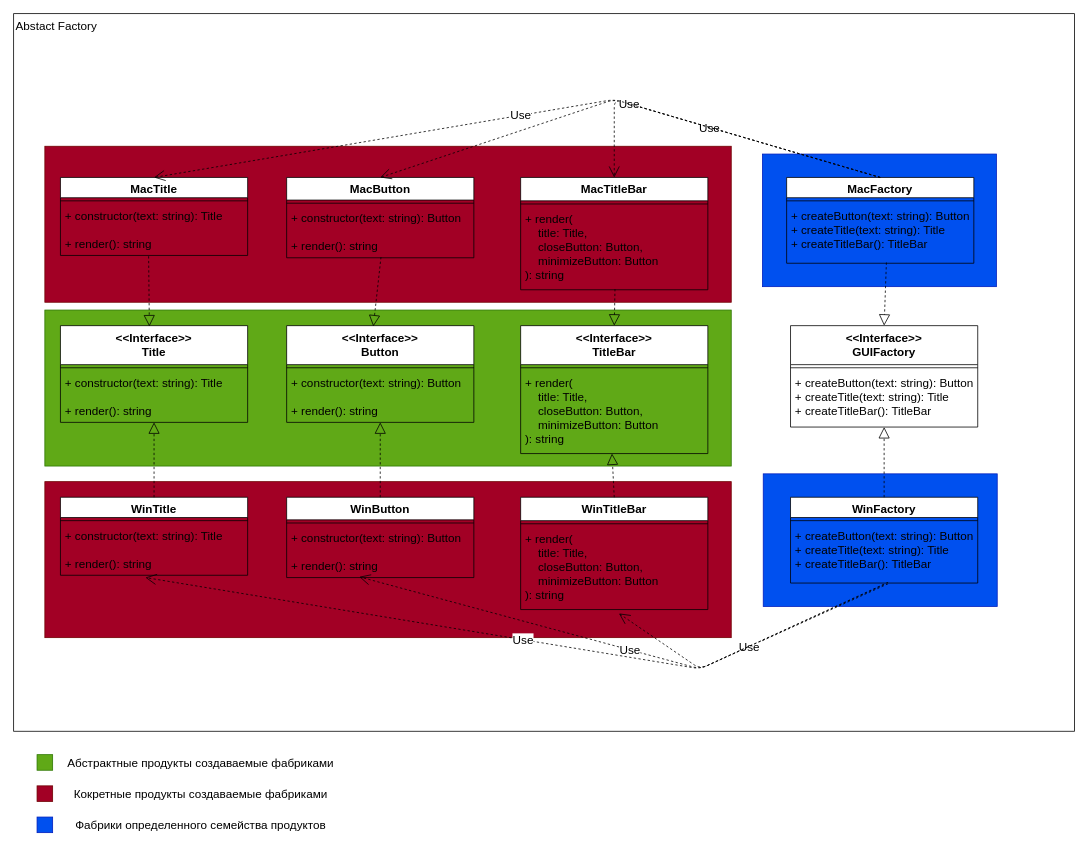
The draw.io diagram creational/abstract_factory/abstract_factory.drawio in kirill-krasuk/design_patterns, before the edit. Source tidied: cells renumbered, new cells numbered last; positions are measured from the earlier drawing's top-left corner, leaving out a move shared by most shapes. Both pictures are drawn from the tidied source at 78%, with x=0, y=0 at pixel (13, 13).
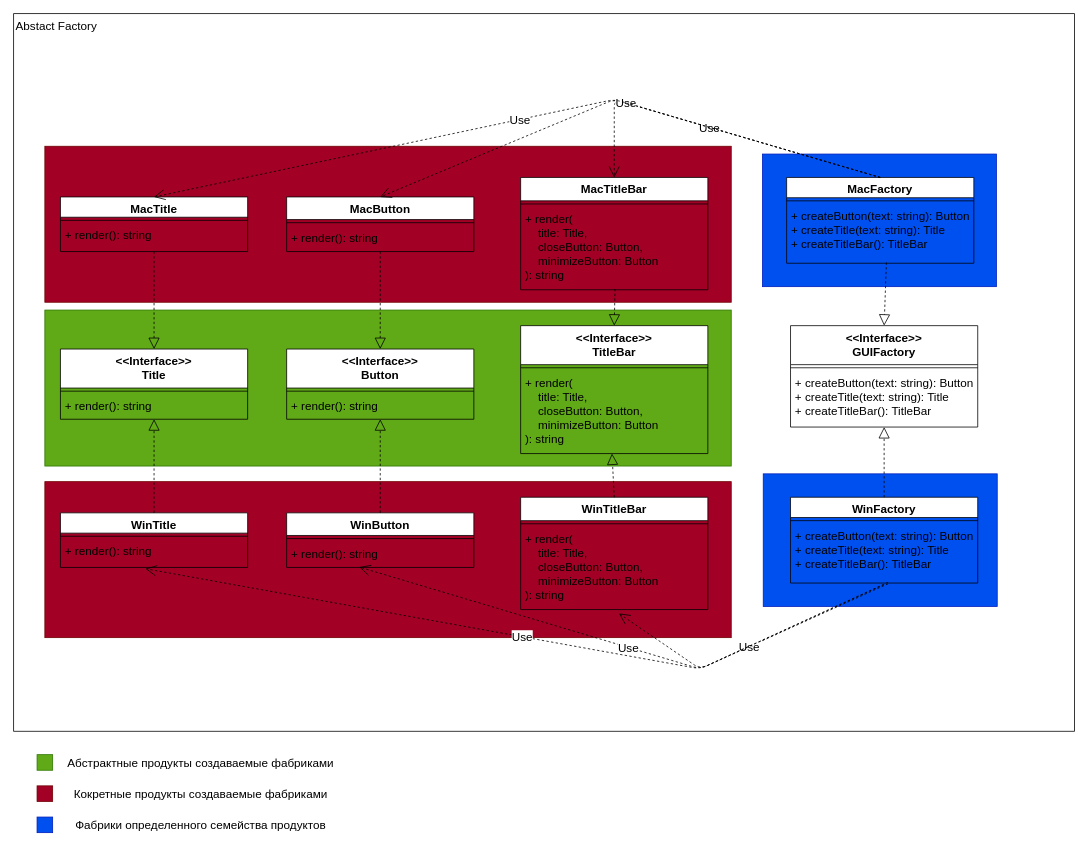
After the change.

Diff of the diagram source:
```diff
@@
     <mxCell id="20" value="&lt;&lt;Interface&gt;&gt;&#10;Button" style="swimlane;fontStyle=1;align=center;verticalAlign=top;horizontal=1;startSize=50;fontSize=15;" parent="1" vertex="1">
-      <mxGeometry x="350" y="400" width="240" height="124" as="geometry" />
+      <mxGeometry x="350" y="430" width="240" height="90" as="geometry" />
     </mxCell>
@@
-    <mxCell id="22" value="+ constructor(text: string): Button&#10;&#10;+ render(): string" style="text;strokeColor=none;fillColor=none;align=left;verticalAlign=top;spacingLeft=4;spacingRight=4;overflow=hidden;points=[[0,0.5],[1,0.5]];portConstraint=eastwest;fontSize=15;" parent="20" vertex="1">
-      <mxGeometry y="58" width="240" height="66" as="geometry" />
+    <mxCell id="22" value="+ render(): string" style="text;strokeColor=none;fillColor=none;align=left;verticalAlign=top;spacingLeft=4;spacingRight=4;overflow=hidden;points=[[0,0.5],[1,0.5]];portConstraint=eastwest;fontSize=15;" parent="20" vertex="1">
+      <mxGeometry y="58" width="240" height="32" as="geometry" />
     </mxCell>
     <mxCell id="23" value="&lt;&lt;Interface&gt;&gt;&#10;Title" style="swimlane;fontStyle=1;align=center;verticalAlign=top;horizontal=1;startSize=50;fontSize=15;" parent="1" vertex="1">
-      <mxGeometry x="60" y="400" width="240" height="124" as="geometry" />
+      <mxGeometry x="60" y="430" width="240" height="90" as="geometry" />
     </mxCell>
@@
-    <mxCell id="25" value="+ constructor(text: string): Title&#10;&#10;+ render(): string" style="text;strokeColor=none;fillColor=none;align=left;verticalAlign=top;spacingLeft=4;spacingRight=4;overflow=hidden;points=[[0,0.5],[1,0.5]];portConstraint=eastwest;fontSize=15;" parent="23" vertex="1">
-      <mxGeometry y="58" width="240" height="66" as="geometry" />
+    <mxCell id="25" value="+ render(): string" style="text;strokeColor=none;fillColor=none;align=left;verticalAlign=top;spacingLeft=4;spacingRight=4;overflow=hidden;points=[[0,0.5],[1,0.5]];portConstraint=eastwest;fontSize=15;" parent="23" vertex="1">
+      <mxGeometry y="58" width="240" height="32" as="geometry" />
     </mxCell>
@@
     <mxCell id="29" value="MacTitle" style="swimlane;fontStyle=1;align=center;verticalAlign=top;horizontal=1;startSize=26;fontSize=15;" parent="1" vertex="1">
-      <mxGeometry x="60" y="210" width="240" height="100" as="geometry" />
+      <mxGeometry x="60" y="235" width="240" height="70" as="geometry" />
     </mxCell>
@@
-    <mxCell id="31" value="+ constructor(text: string): Title&#10;&#10;+ render(): string" style="text;strokeColor=none;fillColor=none;align=left;verticalAlign=top;spacingLeft=4;spacingRight=4;overflow=hidden;points=[[0,0.5],[1,0.5]];portConstraint=eastwest;fontSize=15;" parent="29" vertex="1">
-      <mxGeometry y="34" width="240" height="66" as="geometry" />
+    <mxCell id="31" value="+ render(): string" style="text;strokeColor=none;fillColor=none;align=left;verticalAlign=top;spacingLeft=4;spacingRight=4;overflow=hidden;points=[[0,0.5],[1,0.5]];portConstraint=eastwest;fontSize=15;" parent="29" vertex="1">
+      <mxGeometry y="34" width="240" height="36" as="geometry" />
     </mxCell>
     <mxCell id="32" value="WinTitle" style="swimlane;fontStyle=1;align=center;verticalAlign=top;horizontal=1;startSize=26;fontSize=15;" parent="1" vertex="1">
-      <mxGeometry x="60" y="620" width="240" height="100" as="geometry" />
+      <mxGeometry x="60" y="640" width="240" height="70" as="geometry" />
     </mxCell>
@@
-    <mxCell id="34" value="+ constructor(text: string): Title&#10;&#10;+ render(): string" style="text;strokeColor=none;fillColor=none;align=left;verticalAlign=top;spacingLeft=4;spacingRight=4;overflow=hidden;points=[[0,0.5],[1,0.5]];portConstraint=eastwest;fontSize=15;" parent="32" vertex="1">
-      <mxGeometry y="34" width="240" height="66" as="geometry" />
+    <mxCell id="34" value="+ render(): string" style="text;strokeColor=none;fillColor=none;align=left;verticalAlign=top;spacingLeft=4;spacingRight=4;overflow=hidden;points=[[0,0.5],[1,0.5]];portConstraint=eastwest;fontSize=15;" parent="32" vertex="1">
+      <mxGeometry y="34" width="240" height="36" as="geometry" />
     </mxCell>
     <mxCell id="35" value="MacButton" style="swimlane;fontStyle=1;align=center;verticalAlign=top;horizontal=1;startSize=29;fontSize=15;" parent="1" vertex="1">
-      <mxGeometry x="350" y="210" width="240" height="103" as="geometry" />
+      <mxGeometry x="350" y="235" width="240" height="70" as="geometry" />
     </mxCell>
@@
-    <mxCell id="37" value="+ constructor(text: string): Button&#10;&#10;+ render(): string" style="text;strokeColor=none;fillColor=none;align=left;verticalAlign=top;spacingLeft=4;spacingRight=4;overflow=hidden;points=[[0,0.5],[1,0.5]];portConstraint=eastwest;fontSize=15;" parent="35" vertex="1">
-      <mxGeometry y="37" width="240" height="66" as="geometry" />
+    <mxCell id="37" value="+ render(): string" style="text;strokeColor=none;fillColor=none;align=left;verticalAlign=top;spacingLeft=4;spacingRight=4;overflow=hidden;points=[[0,0.5],[1,0.5]];portConstraint=eastwest;fontSize=15;" parent="35" vertex="1">
+      <mxGeometry y="37" width="240" height="33" as="geometry" />
     </mxCell>
     <mxCell id="38" value="WinButton" style="swimlane;fontStyle=1;align=center;verticalAlign=top;horizontal=1;startSize=29;fontSize=15;" parent="1" vertex="1">
-      <mxGeometry x="350" y="620" width="240" height="103" as="geometry" />
+      <mxGeometry x="350" y="640" width="240" height="70" as="geometry" />
     </mxCell>
@@
-    <mxCell id="40" value="+ constructor(text: string): Button&#10;&#10;+ render(): string" style="text;strokeColor=none;fillColor=none;align=left;verticalAlign=top;spacingLeft=4;spacingRight=4;overflow=hidden;points=[[0,0.5],[1,0.5]];portConstraint=eastwest;fontSize=15;" parent="38" vertex="1">
-      <mxGeometry y="37" width="240" height="66" as="geometry" />
+    <mxCell id="40" value="+ render(): string" style="text;strokeColor=none;fillColor=none;align=left;verticalAlign=top;spacingLeft=4;spacingRight=4;overflow=hidden;points=[[0,0.5],[1,0.5]];portConstraint=eastwest;fontSize=15;" parent="38" vertex="1">
+      <mxGeometry y="37" width="240" height="33" as="geometry" />
     </mxCell>
@@
-    <mxCell id="49" style="endArrow=block;dashed=1;endFill=0;endSize=12;html=1;fontSize=15;entryX=0.463;entryY=0.008;entryDx=0;entryDy=0;exitX=0.504;exitY=0.985;exitDx=0;exitDy=0;exitPerimeter=0;entryPerimeter=0;" parent="1" edge="1" source="37" target="20">
+    <mxCell id="49" style="endArrow=block;dashed=1;endFill=0;endSize=12;html=1;fontSize=15;" parent="1" edge="1" source="35" target="20">
       <mxGeometry relative="1" as="geometry" />
     </mxCell>
@@
-    <mxCell id="51" style="endArrow=block;dashed=1;endFill=0;endSize=12;html=1;fontSize=15;" parent="1" edge="1" source="32" target="25">
+    <mxCell id="51" style="endArrow=block;dashed=1;endFill=0;endSize=12;html=1;fontSize=15;" parent="1" edge="1" source="32" target="23">
       <mxGeometry relative="1" as="geometry" />
     </mxCell>
-    <mxCell id="52" style="endArrow=block;dashed=1;endFill=0;endSize=12;html=1;fontSize=15;entryX=0.475;entryY=0.008;entryDx=0;entryDy=0;exitX=0.471;exitY=1.015;exitDx=0;exitDy=0;exitPerimeter=0;entryPerimeter=0;" parent="1" edge="1" source="31" target="23">
+    <mxCell id="52" style="endArrow=block;dashed=1;endFill=0;endSize=12;html=1;fontSize=15;" parent="1" edge="1" source="29" target="23">
       <mxGeometry relative="1" as="geometry" />
     </mxCell>
```
